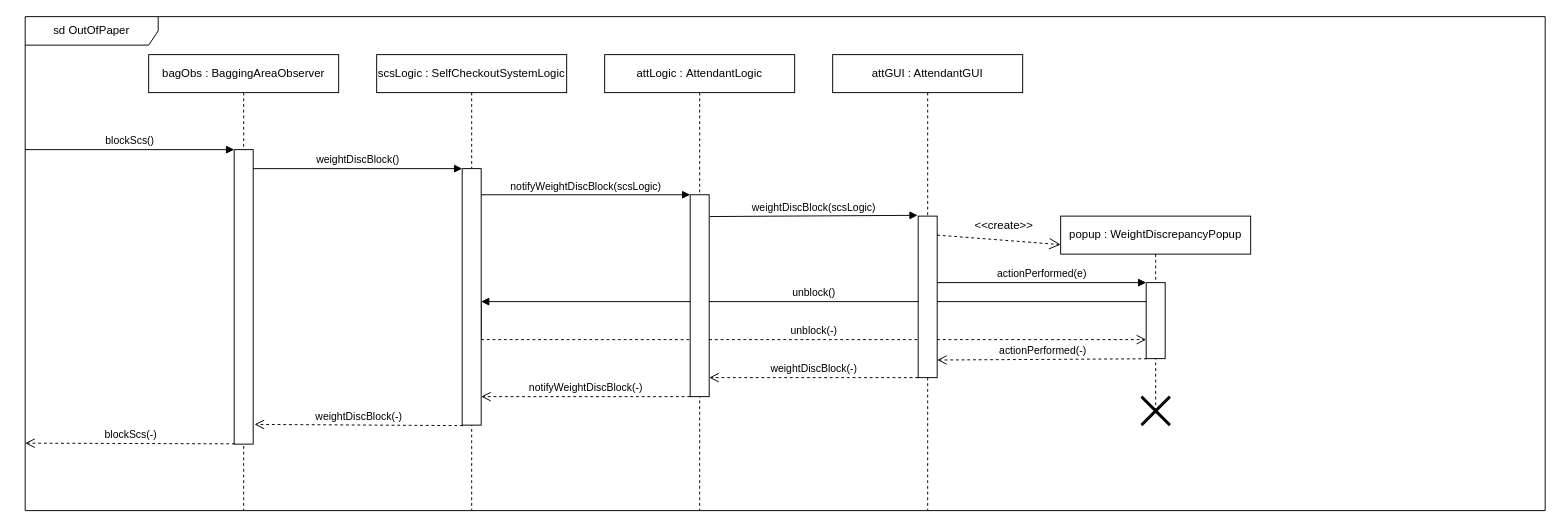
This is page "AttendantOutOfPaper" (7 of 7) of Diagrams/SequenceDiagrams/SequenceDiagrams.drawio from adam-25/Self-Checkout-System, a draw.io file, before an edit. Source tidied: cells renumbered, new cells numbered last; positions are measured from the earlier drawing's top-left corner, leaving out a move shared by most shapes. Both pictures are drawn from the tidied source at 95%, with x=0, y=0 at pixel (25, 16).
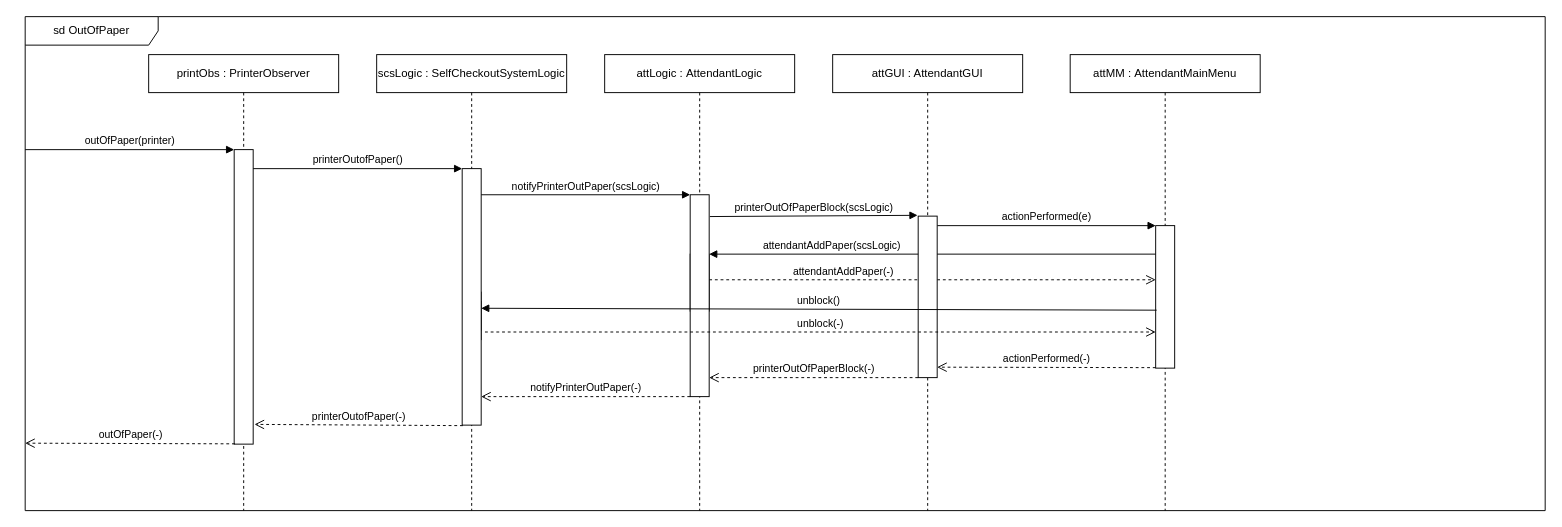
After the change.

The change refers to these unchanged cells:
```xml
<mxCell id="5" value="scsLogic : SelfCheckoutSystemLogic" style="shape=umlLifeline;perimeter=lifelinePerimeter;whiteSpace=wrap;html=1;fillColor=#FFFFFF;" parent="1" vertex="1">
  <mxGeometry x="370" y="40" width="200" height="480" as="geometry" />
</mxCell>
<mxCell id="7" value="attGUI : AttendantGUI" style="shape=umlLifeline;perimeter=lifelinePerimeter;whiteSpace=wrap;html=1;fillColor=#FFFFFF;" parent="1" vertex="1">
  <mxGeometry x="850" y="40" width="200" height="480" as="geometry" />
</mxCell>
<mxCell id="16" style="html=1;points=[];perimeter=orthogonalPerimeter;fillColor=#FFFFFF;" parent="1" vertex="1">
  <mxGeometry x="220" y="140" width="20" height="310" as="geometry" />
</mxCell>
<mxCell id="19" style="html=1;points=[];perimeter=orthogonalPerimeter;fillColor=#FFFFFF;" parent="1" vertex="1">
  <mxGeometry x="460" y="160" width="20" height="270" as="geometry" />
</mxCell>
<mxCell id="25" style="html=1;points=[];perimeter=orthogonalPerimeter;fillColor=#FFFFFF;" parent="1" vertex="1">
  <mxGeometry x="940" y="210" width="20" height="170" as="geometry" />
</mxCell>
```

Diff of the diagram source:
```diff
@@
-    <mxCell id="2" value="popup : WeightDiscrepancyPopup" style="shape=umlLifeline;perimeter=lifelinePerimeter;whiteSpace=wrap;html=1;fillColor=#FFFFFF;" parent="1" vertex="1">
-      <mxGeometry x="1090" y="210" width="200" height="205" as="geometry" />
-    </mxCell>
+    <mxCell id="29" value="attMM :&amp;nbsp;AttendantMainMenu" style="shape=umlLifeline;perimeter=lifelinePerimeter;whiteSpace=wrap;html=1;" parent="1" vertex="1">
+      <mxGeometry x="1100" y="40" width="200" height="480" as="geometry" />
+    </mxCell>
@@
-    <mxCell id="4" value="bagObs : BaggingAreaObserver" style="shape=umlLifeline;perimeter=lifelinePerimeter;whiteSpace=wrap;html=1;fillColor=#FFFFFF;" parent="1" vertex="1">
+    <mxCell id="4" value="printObs : PrinterObserver" style="shape=umlLifeline;perimeter=lifelinePerimeter;whiteSpace=wrap;html=1;fillColor=#FFFFFF;" parent="1" vertex="1">
       <mxGeometry x="130" y="40" width="200" height="480" as="geometry" />
     </mxCell>
@@
+    <mxCell id="30" style="html=1;perimeter=orthogonalPerimeter;" parent="5" vertex="1">
+      <mxGeometry x="100" y="250" width="10" height="40" as="geometry" />
+    </mxCell>
@@
-    <mxCell id="8" value="weightDiscBlock(-)" style="html=1;verticalAlign=bottom;endArrow=open;dashed=1;endSize=8;rounded=0;" parent="7" edge="1">
+    <mxCell id="8" value="printerOutOfPaperBlock(-)" style="html=1;verticalAlign=bottom;endArrow=open;dashed=1;endSize=8;rounded=0;" parent="7" edge="1">
       <mxGeometry relative="1" as="geometry">
         <mxPoint x="90" y="340" as="sourcePoint" />
         <mxPoint x="-130" y="340" as="targetPoint" />
       </mxGeometry>
     </mxCell>
-    <mxCell id="9" style="endArrow=open;dashed=1;html=1;rounded=0;endFill=0;startSize=9;endSize=10;" parent="7" edge="1">
-      <mxGeometry relative="1" as="geometry">
-        <mxPoint x="110" y="190" as="sourcePoint" />
-        <mxPoint x="240" y="200" as="targetPoint" />
-      </mxGeometry>
-    </mxCell>
+    <mxCell id="12" style="html=1;points=[];perimeter=orthogonalPerimeter;fillColor=#FFFFFF;" parent="7" vertex="1">
+      <mxGeometry x="-380" y="260" width="10" height="40" as="geometry" />
+    </mxCell>
-    <mxCell id="10" value="actionPerformed(e)" style="html=1;verticalAlign=bottom;endArrow=block;entryX=0;entryY=0;rounded=0;" parent="7" edge="1" target="11">
+    <mxCell id="10" value="actionPerformed(e)" style="html=1;verticalAlign=bottom;endArrow=block;entryX=0;entryY=0;rounded=0;" parent="7" edge="1" target="31">
       <mxGeometry relative="1" as="geometry">
-        <mxPoint x="110" y="240" as="sourcePoint" />
+        <mxPoint x="110" y="180" as="sourcePoint" />
       </mxGeometry>
     </mxCell>
-    <mxCell id="11" style="html=1;points=[];perimeter=orthogonalPerimeter;fillColor=#FFFFFF;" parent="7" vertex="1">
-      <mxGeometry x="330" y="240" width="20" height="80" as="geometry" />
-    </mxCell>
-    <mxCell id="12" style="html=1;points=[];perimeter=orthogonalPerimeter;fillColor=#FFFFFF;" parent="7" vertex="1">
-      <mxGeometry x="-380" y="260" width="10" height="40" as="geometry" />
-    </mxCell>
-    <mxCell id="13" value="unblock()" style="html=1;verticalAlign=bottom;endArrow=block;entryX=1;entryY=0;rounded=0;" parent="7" edge="1" target="12">
-      <mxGeometry relative="1" as="geometry">
-        <mxPoint x="330" y="260" as="sourcePoint" />
-      </mxGeometry>
-    </mxCell>
-    <mxCell id="14" value="unblock(-)" style="html=1;verticalAlign=bottom;endArrow=open;dashed=1;endSize=8;rounded=0;" parent="7" edge="1" source="19">
-      <mxGeometry relative="1" as="geometry">
-        <mxPoint x="330" y="300" as="targetPoint" />
-      </mxGeometry>
-    </mxCell>
-    <mxCell id="15" style="shape=umlDestroy;whiteSpace=wrap;html=1;strokeWidth=3;fillColor=#FFFFFF;" parent="7" vertex="1">
-      <mxGeometry x="325" y="360" width="30" height="30" as="geometry" />
-    </mxCell>
+    <mxCell id="31" style="html=1;points=[];perimeter=orthogonalPerimeter;" parent="7" vertex="1">
+      <mxGeometry x="340" y="180" width="20" height="150" as="geometry" />
+    </mxCell>
@@
-    <mxCell id="17" value="blockScs()" style="html=1;verticalAlign=bottom;endArrow=block;entryX=0;entryY=0;rounded=0;" parent="1" edge="1" target="16">
+    <mxCell id="17" value="outOfPaper(printer)" style="html=1;verticalAlign=bottom;endArrow=block;entryX=0;entryY=0;rounded=0;" parent="1" edge="1" target="16">
       <mxGeometry relative="1" as="geometry">
         <mxPoint y="140" as="sourcePoint" />
       </mxGeometry>
     </mxCell>
-    <mxCell id="18" value="blockScs(-)" style="html=1;verticalAlign=bottom;endArrow=open;dashed=1;endSize=8;exitX=0.036;exitY=0.999;rounded=0;entryX=1.002;entryY=0.94;entryDx=0;entryDy=0;entryPerimeter=0;exitDx=0;exitDy=0;exitPerimeter=0;" parent="1" edge="1" source="16">
+    <mxCell id="18" value="outOfPaper(-)" style="html=1;verticalAlign=bottom;endArrow=open;dashed=1;endSize=8;exitX=0.036;exitY=0.999;rounded=0;entryX=1.002;entryY=0.94;entryDx=0;entryDy=0;entryPerimeter=0;exitDx=0;exitDy=0;exitPerimeter=0;" parent="1" edge="1" source="16">
       <mxGeometry relative="1" as="geometry">
         <mxPoint y="449" as="targetPoint" />
       </mxGeometry>
     </mxCell>
@@
-    <mxCell id="20" value="weightDiscBlock()" style="html=1;verticalAlign=bottom;endArrow=block;entryX=0;entryY=0;rounded=0;" parent="1" edge="1" target="19">
+    <mxCell id="20" value="printerOutofPaper()" style="html=1;verticalAlign=bottom;endArrow=block;entryX=0;entryY=0;rounded=0;" parent="1" edge="1" target="19">
       <mxGeometry relative="1" as="geometry">
         <mxPoint x="240" y="160" as="sourcePoint" />
       </mxGeometry>
     </mxCell>
-    <mxCell id="21" value="weightDiscBlock(-)" style="html=1;verticalAlign=bottom;endArrow=open;dashed=1;endSize=8;exitX=0.036;exitY=1.002;rounded=0;exitDx=0;exitDy=0;exitPerimeter=0;entryX=1.071;entryY=0.933;entryDx=0;entryDy=0;entryPerimeter=0;" parent="1" edge="1" source="19" target="16">
+    <mxCell id="21" value="printerOutofPaper(-)" style="html=1;verticalAlign=bottom;endArrow=open;dashed=1;endSize=8;exitX=0.036;exitY=1.002;rounded=0;exitDx=0;exitDy=0;exitPerimeter=0;entryX=1.071;entryY=0.933;entryDx=0;entryDy=0;entryPerimeter=0;" parent="1" edge="1" source="19" target="16">
       <mxGeometry relative="1" as="geometry" />
     </mxCell>
-    <mxCell id="22" style="html=1;points=[];perimeter=orthogonalPerimeter;fillColor=#FFFFFF;" parent="1" vertex="1">
-      <mxGeometry x="700" y="187.5" width="20" height="212.5" as="geometry" />
-    </mxCell>
-    <mxCell id="23" value="notifyWeightDiscBlock(scsLogic)" style="html=1;verticalAlign=bottom;endArrow=block;entryX=0;entryY=0;rounded=0;" parent="1" edge="1">
+    <mxCell id="23" value="notifyPrinterOutPaper(scsLogic)" style="html=1;verticalAlign=bottom;endArrow=block;entryX=0;entryY=0;rounded=0;" parent="1" edge="1">
       <mxGeometry relative="1" as="geometry">
         <mxPoint x="480" y="187.5" as="sourcePoint" />
         <mxPoint x="700" y="187.5" as="targetPoint" />
       </mxGeometry>
     </mxCell>
-    <mxCell id="24" value="notifyWeightDiscBlock(-)" style="html=1;verticalAlign=bottom;endArrow=open;dashed=1;endSize=8;rounded=0;" parent="1" edge="1">
+    <mxCell id="24" value="notifyPrinterOutPaper(-)" style="html=1;verticalAlign=bottom;endArrow=open;dashed=1;endSize=8;rounded=0;" parent="1" edge="1">
       <mxGeometry relative="1" as="geometry">
         <mxPoint x="700" y="400" as="sourcePoint" />
         <mxPoint x="480" y="400" as="targetPoint" />
       </mxGeometry>
     </mxCell>
+    <mxCell id="26" value="printerOutOfPaperBlock(scsLogic)" style="html=1;verticalAlign=bottom;endArrow=block;entryX=-0.033;entryY=-0.005;rounded=0;entryDx=0;entryDy=0;entryPerimeter=0;exitX=1.036;exitY=0.108;exitDx=0;exitDy=0;exitPerimeter=0;" parent="1" edge="1" source="22" target="25">
+      <mxGeometry relative="1" as="geometry" />
+    </mxCell>
+    <mxCell id="28" value="actionPerformed(-)" style="html=1;verticalAlign=bottom;endArrow=open;dashed=1;endSize=8;exitX=0;exitY=0.95;rounded=0;" parent="1" edge="1">
+      <mxGeometry relative="1" as="geometry">
+        <mxPoint x="1190" y="369.5" as="sourcePoint" />
+        <mxPoint x="960" y="369" as="targetPoint" />
+      </mxGeometry>
+    </mxCell>
+    <mxCell id="32" style="html=1;points=[];perimeter=orthogonalPerimeter;" parent="1" vertex="1">
+      <mxGeometry x="700" y="250" width="20" height="60" as="geometry" />
+    </mxCell>
+    <mxCell id="33" value="attendantAddPaper(scsLogic)" style="html=1;verticalAlign=bottom;endArrow=block;entryX=1;entryY=0;rounded=0;" parent="1" edge="1" source="31" target="32">
+      <mxGeometry x="0.45" relative="1" as="geometry" />
+    </mxCell>
+    <mxCell id="34" value="attendantAddPaper(-)" style="html=1;verticalAlign=bottom;endArrow=open;dashed=1;endSize=8;exitX=1;exitY=0.95;rounded=0;" parent="1" edge="1">
+      <mxGeometry x="-0.4" relative="1" as="geometry">
+        <mxPoint x="720" y="277" as="sourcePoint" />
+        <mxPoint x="1190" y="277" as="targetPoint" />
+      </mxGeometry>
+    </mxCell>
+    <mxCell id="22" style="html=1;points=[];perimeter=orthogonalPerimeter;fillColor=#FFFFFF;" parent="1" vertex="1">
+      <mxGeometry x="700" y="187.5" width="20" height="212.5" as="geometry" />
+    </mxCell>
@@
-    <mxCell id="26" value="weightDiscBlock(scsLogic)" style="html=1;verticalAlign=bottom;endArrow=block;entryX=-0.033;entryY=-0.005;rounded=0;entryDx=0;entryDy=0;entryPerimeter=0;exitX=1.036;exitY=0.108;exitDx=0;exitDy=0;exitPerimeter=0;" parent="1" edge="1" source="22" target="25">
-      <mxGeometry relative="1" as="geometry" />
-    </mxCell>
-    <mxCell id="27" value="&amp;lt;&amp;lt;create&amp;gt;&amp;gt;" style="text;html=1;align=center;verticalAlign=middle;strokeColor=none;fillColor=none;" parent="1" vertex="1">
-      <mxGeometry x="990" y="210" width="80" height="20" as="geometry" />
-    </mxCell>
-    <mxCell id="28" value="actionPerformed(-)" style="html=1;verticalAlign=bottom;endArrow=open;dashed=1;endSize=8;exitX=0.036;exitY=1.002;rounded=0;exitDx=0;exitDy=0;exitPerimeter=0;entryX=1.002;entryY=0.891;entryDx=0;entryDy=0;entryPerimeter=0;" parent="1" edge="1" source="11" target="25">
-      <mxGeometry relative="1" as="geometry" />
-    </mxCell>
+    <mxCell id="14" value="unblock(-)" style="html=1;verticalAlign=bottom;endArrow=open;dashed=1;endSize=8;exitX=1.2;exitY=0.637;rounded=0;exitDx=0;exitDy=0;exitPerimeter=0;" parent="1" edge="1" source="19" target="31">
+      <mxGeometry relative="1" as="geometry" />
+    </mxCell>
+    <mxCell id="13" value="unblock()" style="html=1;verticalAlign=bottom;endArrow=block;entryX=1;entryY=0;rounded=0;exitX=0.05;exitY=0.48;exitDx=0;exitDy=0;exitPerimeter=0;" parent="1" edge="1">
+      <mxGeometry relative="1" as="geometry">
+        <mxPoint x="1191" y="309" as="sourcePoint" />
+        <mxPoint x="480" y="307" as="targetPoint" />
+      </mxGeometry>
+    </mxCell>
```
